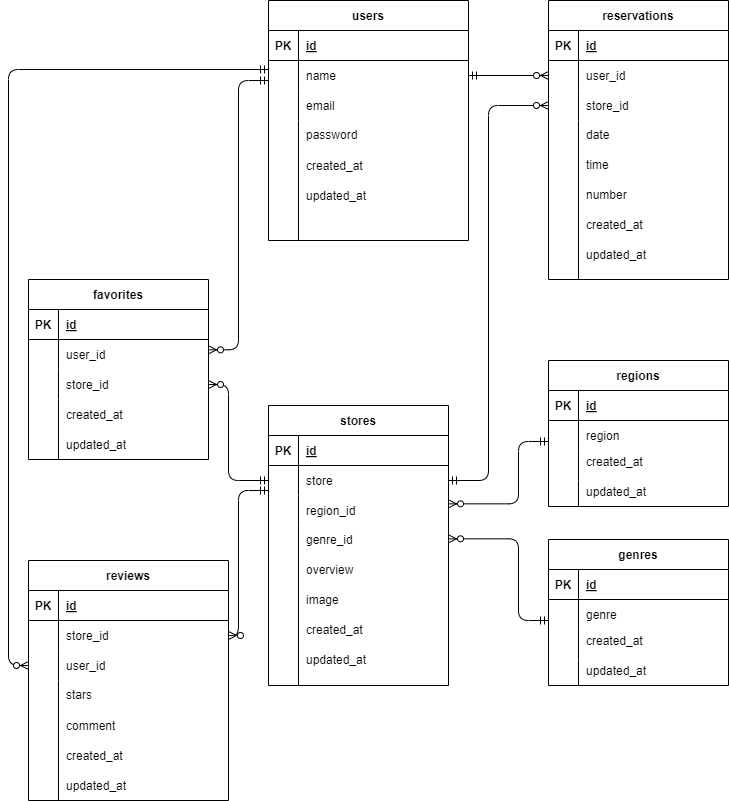
syakuyaku514/contactadvanced-form keeps this draw.io diagram as index.drawio.png. Above is the earlier version. Source tidied: cells renumbered, new cells last; positions are measured from the earlier drawing's top-left corner, leaving out a move shared by most shapes.
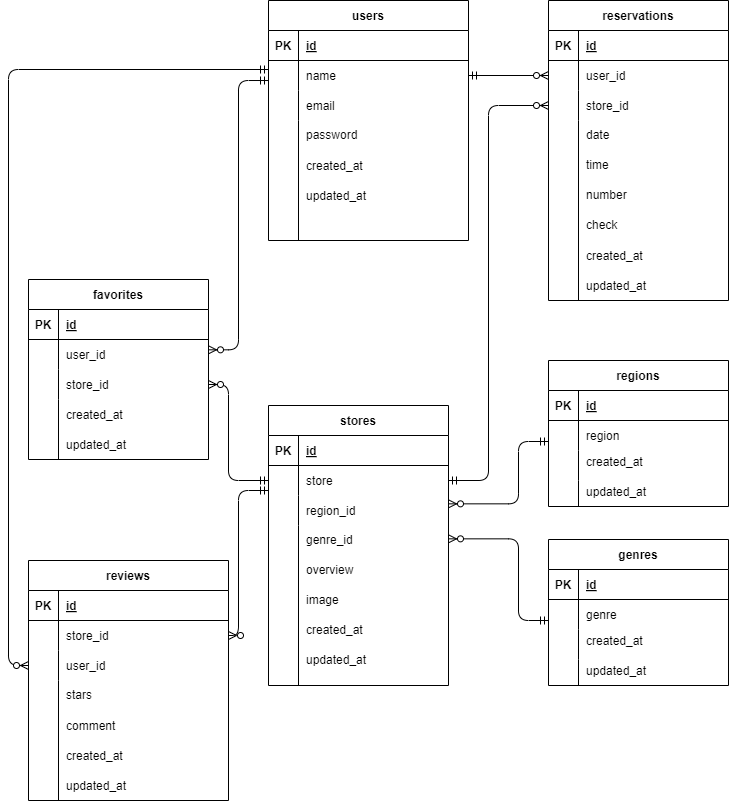
The same diagram one commit later.

What changed in the source:
```diff
@@ -51,7 +51,7 @@
       <mxGeometry x="290" y="180" width="150" height="30" as="geometry" />
     </mxCell>
     <mxCell id="18" value="reservations" style="shape=table;startSize=30;rowLines=0;fontStyle=1;align=center;" parent="1" vertex="1">
-      <mxGeometry x="540" width="180" height="279" as="geometry" />
+      <mxGeometry x="540" width="180" height="300" as="geometry" />
     </mxCell>
     <mxCell id="19" style="shape=tableRow;horizontal=0;startSize=0;swimlaneHead=0;swimlaneBody=0;fillColor=none;top=0;left=0;right=0;bottom=1;" parent="18" vertex="1">
       <mxGeometry y="30" width="180" height="30" as="geometry" />
@@ -81,22 +81,22 @@
       <mxGeometry x="30" width="150" height="30" as="geometry" />
     </mxCell>
     <mxCell id="28" style="shape=tableRow;horizontal=0;startSize=0;swimlaneHead=0;swimlaneBody=0;fillColor=none;top=0;left=0;right=0;bottom=0;" parent="18" vertex="1">
-      <mxGeometry y="120" width="180" height="159" as="geometry" />
+      <mxGeometry y="120" width="180" height="180" as="geometry" />
     </mxCell>
     <mxCell id="29" style="shape=partialRectangle;fillColor=none;top=0;left=0;bottom=0;right=0;overflow=hidden;" parent="28" vertex="1">
-      <mxGeometry width="30" height="159" as="geometry" />
+      <mxGeometry width="30" height="180" as="geometry" />
     </mxCell>
     <mxCell id="30" style="shape=partialRectangle;fillColor=none;top=0;left=0;bottom=0;right=0;align=left;spacingLeft=6;overflow=hidden;" parent="28" vertex="1">
-      <mxGeometry x="30" width="150" height="159" as="geometry" />
+      <mxGeometry x="30" width="150" height="180" as="geometry" />
     </mxCell>
     <mxCell id="31" value="date" style="shape=partialRectangle;fillColor=none;top=0;left=0;bottom=0;right=0;align=left;spacingLeft=6;overflow=hidden;" parent="1" vertex="1">
       <mxGeometry x="570" y="119" width="150" height="30" as="geometry" />
     </mxCell>
     <mxCell id="32" value="created_at" style="shape=partialRectangle;fillColor=none;top=0;left=0;bottom=0;right=0;align=left;spacingLeft=6;overflow=hidden;" parent="1" vertex="1">
-      <mxGeometry x="570" y="209" width="150" height="30" as="geometry" />
+      <mxGeometry x="570" y="240" width="150" height="30" as="geometry" />
     </mxCell>
     <mxCell id="33" value="updated_at" style="shape=partialRectangle;fillColor=none;top=0;left=0;bottom=0;right=0;align=left;spacingLeft=6;overflow=hidden;" parent="1" vertex="1">
-      <mxGeometry x="570" y="239" width="150" height="30" as="geometry" />
+      <mxGeometry x="570" y="270" width="150" height="30" as="geometry" />
     </mxCell>
     <mxCell id="34" value="time" style="shape=partialRectangle;fillColor=none;top=0;left=0;bottom=0;right=0;align=left;spacingLeft=6;overflow=hidden;" parent="1" vertex="1">
       <mxGeometry x="570" y="149" width="150" height="30" as="geometry" />
@@ -408,5 +408,8 @@
         </Array>
       </mxGeometry>
     </mxCell>
+    <mxCell id="124" value="check" style="shape=partialRectangle;fillColor=none;top=0;left=0;bottom=0;right=0;align=left;spacingLeft=6;overflow=hidden;" parent="1" vertex="1">
+      <mxGeometry x="570" y="209" width="150" height="30" as="geometry" />
+    </mxCell>
   </root>
 </mxGraphModel>
```
